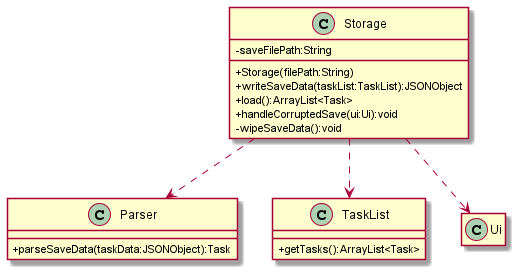
This is docs/images/StorageClass.png from nus-cs2113-AY2122S2/tp, a PlantUML export, as it was before one commit. Source of this version:
```plantuml
@startuml

skinparam classAttributeIconSize 0

class Storage {
    -saveFilePath:String
    +Storage(filePath:String)
    +writeSaveData(taskList:TaskList):JSONObject
    +load():ArrayList<Task>
    +handleCorruptedSave(ui:Ui):void
    -wipeSaveData():void
}

class Parser {
    +parseSaveData(taskData:JSONObject):Task
}

class TaskList {
    +getTasks():ArrayList<Task>
}

class Ui
hide Ui members

Storage ..> Parser
Storage ..> TaskList
Storage ..> Ui
@enduml
```
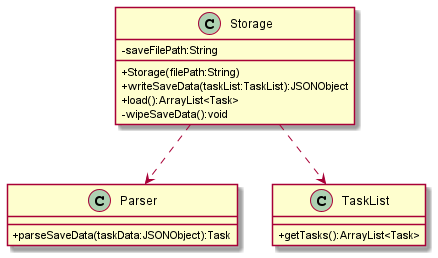
After the change.

What changed in the source:
```diff
@@ -7,7 +7,6 @@
     +Storage(filePath:String)
     +writeSaveData(taskList:TaskList):JSONObject
     +load():ArrayList<Task>
-    +handleCorruptedSave(ui:Ui):void
     -wipeSaveData():void
 }
 
@@ -19,10 +18,7 @@
     +getTasks():ArrayList<Task>
 }
 
-class Ui
-hide Ui members
 
 Storage ..> Parser
 Storage ..> TaskList
-Storage ..> Ui
 @enduml
```
